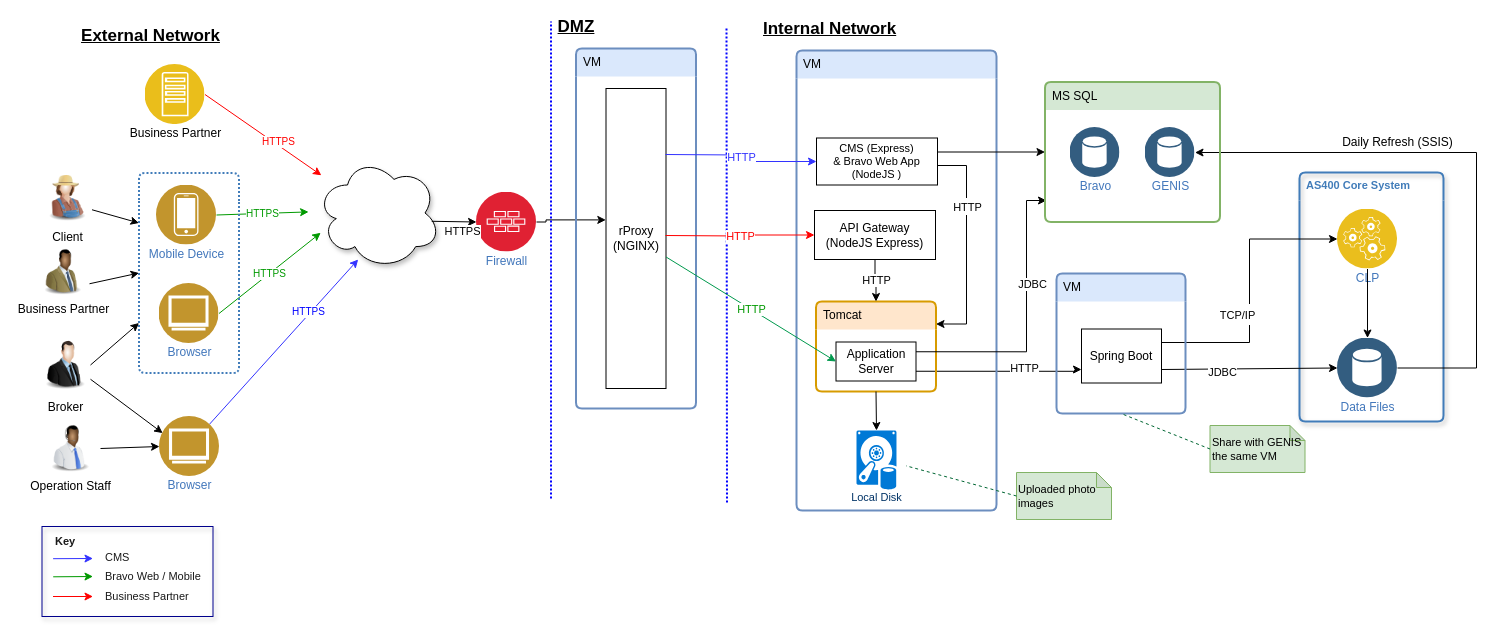
Earlier version of the draw.io diagram page "Physical Deployment" (2 of 2) of Bravo_Architecture (8).drawio (whalebig27/change-request-process-diagram). Source tidied: cells renumbered, new cells numbered last; positions are measured from the earlier drawing's top-left corner, leaving out a move shared by most shapes. Both pictures are drawn from the tidied source at 100%, with x=0, y=0 at pixel (36, 17).
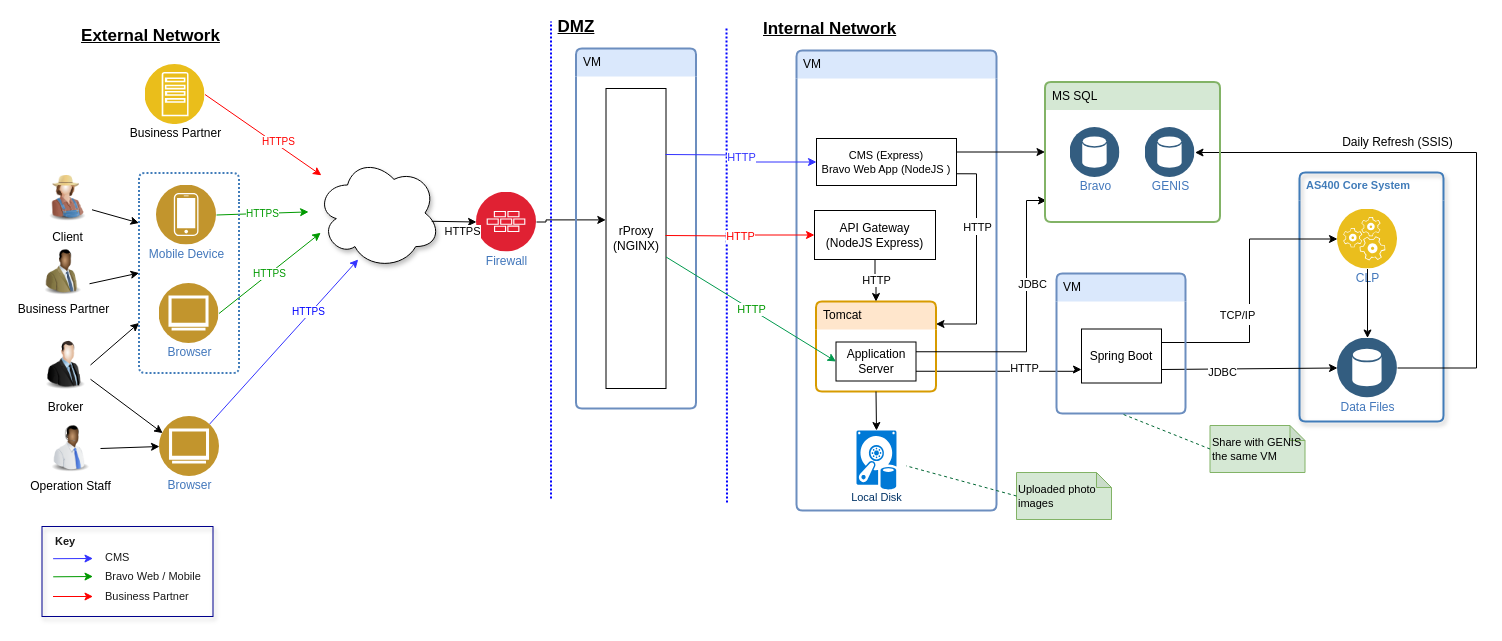
Above is the later version.

The change refers to these unchanged cells:
```xml
<mxCell id="38" value="VM" style="swimlane;fontStyle=0;horizontal=1;startSize=28;swimlaneLine=0;swimlaneFillColor=none;fillColor=#dae8fc;rounded=1;whiteSpace=wrap;html=1;absoluteArcSize=1;arcSize=12;strokeColor=#6c8ebf;verticalAlign=top;align=left;spacingLeft=5;dashed=0;strokeWidth=2;shadow=0;dashPattern=1 1;" parent="1" vertex="1">
  <mxGeometry x="760" y="33" width="200" height="460" as="geometry" />
</mxCell>
<mxCell id="39" value="Tomcat" style="swimlane;fontStyle=0;horizontal=1;startSize=28;swimlaneLine=0;swimlaneFillColor=none;fillColor=#ffe6cc;rounded=1;whiteSpace=wrap;html=1;absoluteArcSize=1;arcSize=12;strokeColor=#d79b00;verticalAlign=top;align=left;spacingLeft=5;dashed=0;strokeWidth=2;" parent="38" vertex="1">
  <mxGeometry x="19.5" y="251" width="120" height="90" as="geometry" />
</mxCell>
<mxCell id="59" value="MS SQL" style="swimlane;fontStyle=0;horizontal=1;startSize=28;swimlaneLine=0;swimlaneFillColor=none;fillColor=#d5e8d4;rounded=1;whiteSpace=wrap;html=1;absoluteArcSize=1;arcSize=12;strokeColor=#82b366;verticalAlign=top;align=left;spacingLeft=5;dashed=0;strokeWidth=2;" parent="1" vertex="1">
  <mxGeometry x="1008.5" y="64.5" width="175" height="140" as="geometry" />
</mxCell>
```

Change to the diagram source:
```diff
@@
     <mxCell id="41" style="edgeStyle=orthogonalEdgeStyle;rounded=0;jettySize=auto;html=1;entryX=1;entryY=0.25;entryDx=0;entryDy=0;fontSize=11;fontColor=#FF0000;exitX=1;exitY=0.75;exitDx=0;exitDy=0;" parent="38" edge="1" source="43" target="39">
       <mxGeometry relative="1" as="geometry">
         <Array as="points">
-          <mxPoint x="170" y="115" />
-          <mxPoint x="170" y="274" />
+          <mxPoint x="180" y="274" />
         </Array>
       </mxGeometry>
     </mxCell>
@@
-    <mxCell id="43" value="CMS (Express)&lt;br&gt;&amp;amp; Bravo Web App&lt;br style=&quot;font-size: 11px&quot;&gt;(NodeJS )&lt;br style=&quot;font-size: 11px&quot;&gt;" style="rounded=0;whiteSpace=wrap;html=1;fontSize=11;" parent="38" vertex="1">
-      <mxGeometry x="20" y="87.5" width="121" height="47" as="geometry" />
+    <mxCell id="43" value="CMS (Express)&lt;br&gt;Bravo Web App (NodeJS )&lt;br style=&quot;font-size: 11px&quot;&gt;" style="rounded=0;whiteSpace=wrap;html=1;fontSize=11;" parent="38" vertex="1">
+      <mxGeometry x="20" y="88" width="140" height="47" as="geometry" />
     </mxCell>
@@
-    <mxCell id="68" style="edgeStyle=orthogonalEdgeStyle;rounded=0;jettySize=auto;html=1;entryX=0;entryY=0.5;entryDx=0;entryDy=0;exitX=1;exitY=0.5;exitDx=0;exitDy=0;" parent="1" edge="1" source="43" target="59">
+    <mxCell id="68" style="edgeStyle=orthogonalEdgeStyle;rounded=0;jettySize=auto;html=1;entryX=0;entryY=0.5;entryDx=0;entryDy=0;exitX=1;exitY=0.25;exitDx=0;exitDy=0;" parent="1" edge="1" source="43" target="59">
       <mxGeometry relative="1" as="geometry">
         <Array as="points">
-          <mxPoint x="901" y="134" />
+          <mxPoint x="920" y="135" />
         </Array>
       </mxGeometry>
     </mxCell>
```
